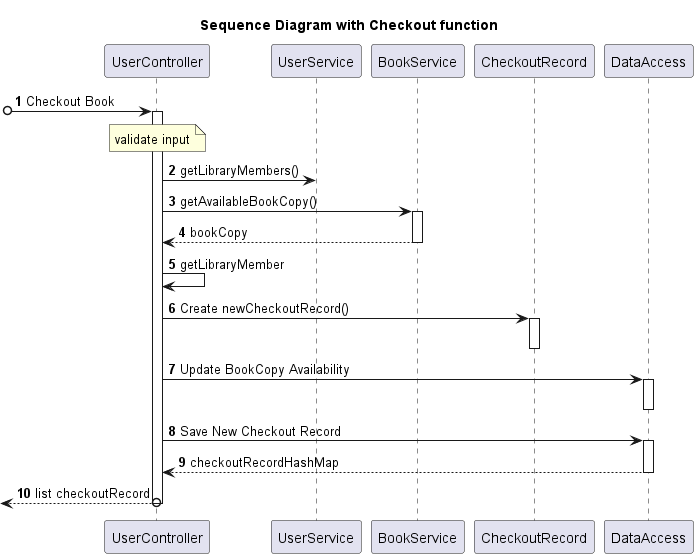
Before: mpp-cs401/src/midterm/diagram/Sequence_Diagram_with_Checkout_function.png, a diagram exported from PlantUML (anhvu2889/miu-cs401-mpp).
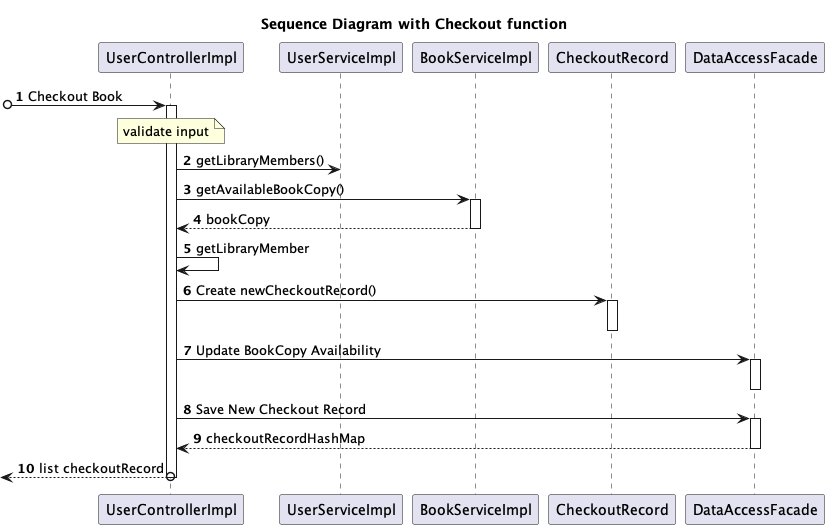
After the commit.

Commit message:
Add slide Fix sequence diagrams

The edit, as a diff of the source:
```diff
@@ -4,11 +4,11 @@
 
 autonumber
 
-participant "UserController" as uc
-participant "UserService" as us
-participant "BookService" as bs
+participant "UserControllerImpl" as uc
+participant "UserServiceImpl" as us
+participant "BookServiceImpl" as bs
 participant "CheckoutRecord" as cr
-participant "DataAccess" as da
+participant "DataAccessFacade" as da
 
 [o-> uc++: Checkout Book
 
```
